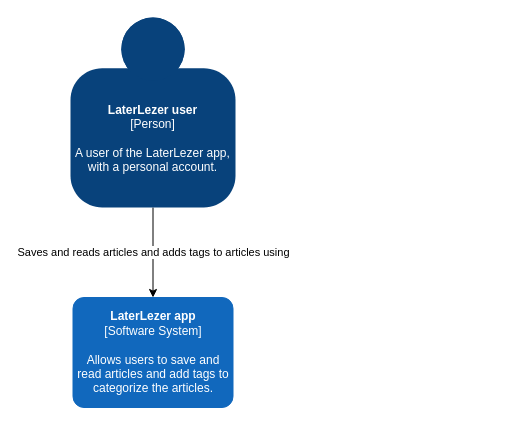
The draw.io diagram page "context-diagram" (1 of 7) of documents/c4model.drawio in Patrickroelofs/HANICA-DWA-Laterlezer, before the edit. Source tidied: cells renumbered, new cells numbered last; positions are measured from the earlier drawing's top-left corner, leaving out a move shared by most shapes. Both pictures are drawn from the tidied source at 100%, with x=0, y=0 at pixel (70, 17).
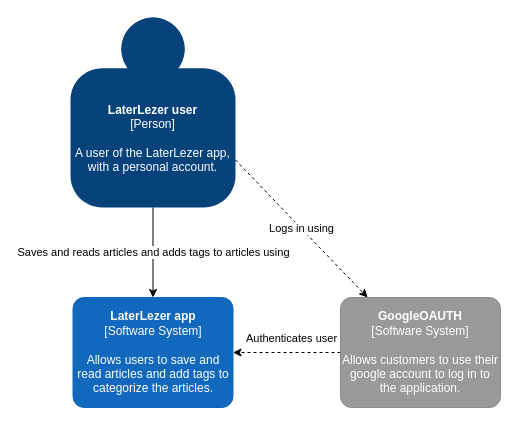
The same diagram, later.

Diff of the diagram source:
```diff
@@
 <mxGraphModel>
   <root>
     <mxCell id="0" />
     <mxCell id="1" parent="0" />
     <mxCell id="2" value="Saves and reads articles and adds tags to articles using" style="edgeStyle=orthogonalEdgeStyle;rounded=0;jettySize=auto;html=1;" parent="1" edge="1" source="3" target="4">
       <mxGeometry relative="1" as="geometry" />
     </mxCell>
     <object id="3" label="&lt;b&gt;%c4Name%&lt;/b&gt;&lt;div&gt;[%c4Type%]&lt;/div&gt;&lt;br&gt;&lt;div&gt;%c4Description%&lt;/div&gt;" c4Description="A user of the LaterLezer app, with a personal account." c4Name="LaterLezer user" c4Type="Person" placeholders="1">
       <mxCell style="html=1;dashed=0;whitespace=wrap;fillColor=#08427b;strokeColor=none;fontColor=#ffffff;shape=mxgraph.c4.person;align=center;points=[[0.5,0,0],[1,0.5,0],[1,0.75,0],[0.75,1,0],[0.5,1,0],[0.25,1,0],[0,0.75,0],[0,0.5,0]];metaData={&quot;c4Type&quot;:{&quot;editable&quot;:false}};whiteSpace=wrap;" parent="1" vertex="1">
         <mxGeometry width="165" height="190" as="geometry" />
       </mxCell>
     </object>
     <object id="4" label="&lt;b&gt;%c4Name%&lt;/b&gt;&lt;div&gt;[%c4Type%]&lt;/div&gt;&lt;br&gt;&lt;div&gt;%c4Description%&lt;/div&gt;" c4Description="Allows users to save and read articles and add tags to categorize the articles." c4Name="LaterLezer app" c4Type="Software System" placeholders="1">
       <mxCell style="rounded=1;whiteSpace=wrap;html=1;labelBackgroundColor=none;fillColor=#1168BD;fontColor=#ffffff;align=center;arcSize=10;strokeColor=#1168BD;metaData={&quot;c4Type&quot;:{&quot;editable&quot;:false}};points=[[0.25,0,0],[0.5,0,0],[0.75,0,0],[1,0.25,0],[1,0.5,0],[1,0.75,0],[0.75,1,0],[0.5,1,0],[0.25,1,0],[0,0.75,0],[0,0.5,0],[0,0.25,0]];" parent="1" vertex="1">
         <mxGeometry x="2.5" y="280" width="160" height="110" as="geometry" />
       </mxCell>
     </object>
+    <mxCell id="5" value="Logs in using" style="rounded=0;jettySize=auto;html=1;dashed=1;exitX=1;exitY=0.75;exitDx=0;exitDy=0;exitPerimeter=0;" parent="1" edge="1" source="3" target="8">
+      <mxGeometry relative="1" as="geometry" />
+    </mxCell>
+    <mxCell id="6" style="edgeStyle=none;rounded=0;jettySize=auto;html=1;entryX=1;entryY=0.5;entryDx=0;entryDy=0;entryPerimeter=0;dashed=1;" parent="1" edge="1" source="8" target="4">
+      <mxGeometry relative="1" as="geometry" />
+    </mxCell>
+    <mxCell id="7" value="Authenticates user" style="edgeLabel;html=1;align=center;verticalAlign=middle;" parent="6" vertex="1">
+      <mxGeometry x="-0.35" y="3" relative="1" as="geometry">
+        <mxPoint x="-15" y="-18" as="offset" />
+      </mxGeometry>
+    </mxCell>
+    <object id="8" label="&lt;b&gt;%c4Name%&lt;/b&gt;&lt;div&gt;[%c4Type%]&lt;/div&gt;&lt;br&gt;&lt;div&gt;%c4Description%&lt;/div&gt;" c4Description="Allows customers to use their google account to log in to the application." c4Name="GoogleOAUTH" c4Type="Software System" placeholders="1">
+      <mxCell style="rounded=1;whiteSpace=wrap;html=1;labelBackgroundColor=none;fillColor=#999999;fontColor=#ffffff;align=center;arcSize=10;strokeColor=#8A8A8A;metaData={&quot;c4Type&quot;:{&quot;editable&quot;:false}};points=[[0.25,0,0],[0.5,0,0],[0.75,0,0],[1,0.25,0],[1,0.5,0],[1,0.75,0],[0.75,1,0],[0.5,1,0],[0.25,1,0],[0,0.75,0],[0,0.5,0],[0,0.25,0]];" parent="1" vertex="1">
+        <mxGeometry x="270" y="280" width="160" height="110" as="geometry" />
+      </mxCell>
+    </object>
   </root>
 </mxGraphModel>
```
